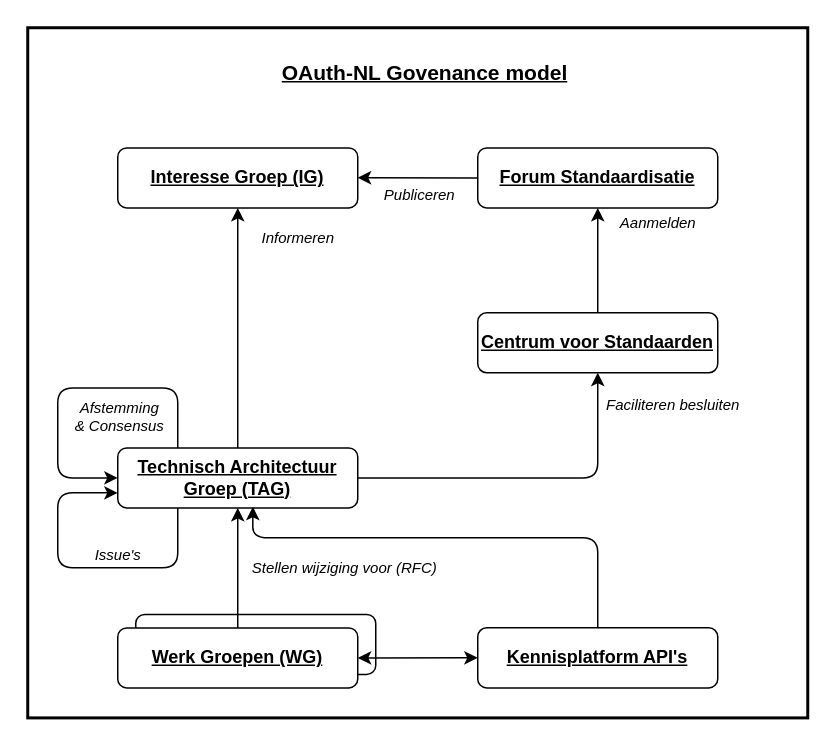
This is page "OAuth-NL Governance model" (1 of 2) of media/OAuth Governance.drawio from Logius-standaarden/OAuth-Beheermodel, a draw.io file, before an edit. Source tidied: cells renumbered, new cells numbered last; positions are measured from the earlier drawing's top-left corner, leaving out a move shared by most shapes. Both pictures are drawn from the tidied source at 150%, with x=0, y=0 at pixel (27, 27).
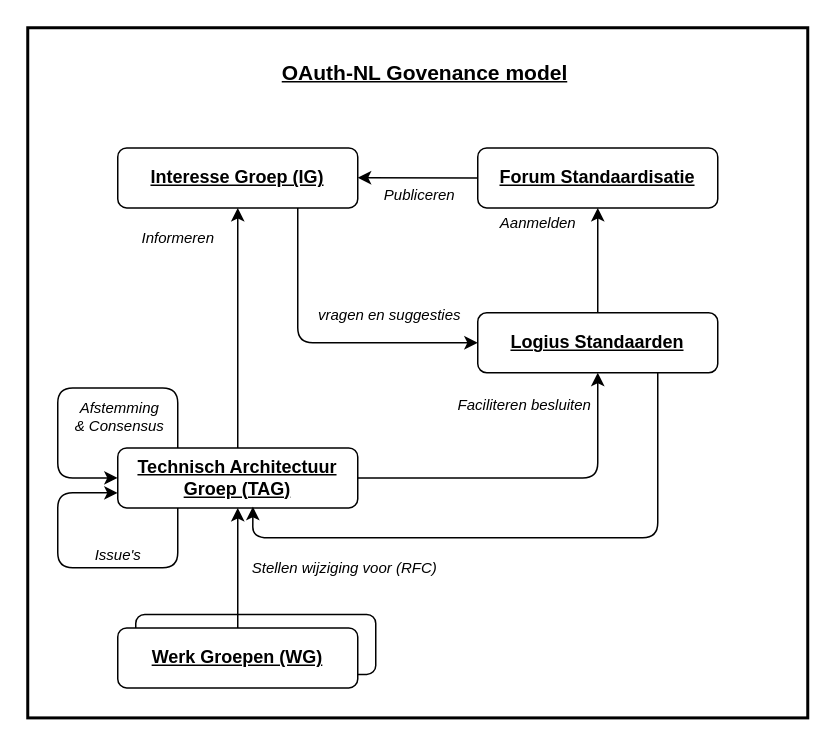
Above is the later version.

Commit message (it also covers changes not shown here):
document en model bijgewerkt op basis van feedback Logius collega's

Unchanged cells that the change refers to:
```xml
<mxCell id="4" value="Technisch Architectuur Groep (TAG)" style="rounded=1;whiteSpace=wrap;html=1;fontStyle=5;" parent="1" vertex="1">
  <mxGeometry x="60" y="280.1" width="160" height="40" as="geometry" />
</mxCell>
<mxCell id="6" value="Interesse Groep (IG)" style="rounded=1;whiteSpace=wrap;html=1;fontStyle=5;" parent="1" vertex="1">
  <mxGeometry x="60" y="80.1" width="160" height="40" as="geometry" />
</mxCell>
<mxCell id="7" value="Werk Groepen (WG)" style="rounded=1;whiteSpace=wrap;html=1;fontStyle=5;" parent="1" vertex="1">
  <mxGeometry x="60" y="400.1" width="160" height="40" as="geometry" />
</mxCell>
<mxCell id="14" style="endArrow=classic;html=1;entryX=0.5;entryY=1;entryDx=0;entryDy=0;exitX=1;exitY=0.5;exitDx=0;exitDy=0;" parent="1" edge="1" source="4" target="11">
  <mxGeometry relative="1" as="geometry">
    <Array as="points">
      <mxPoint x="380" y="300.1" />
    </Array>
  </mxGeometry>
</mxCell>
<mxCell id="16" value="Forum Standaardisatie" style="rounded=1;whiteSpace=wrap;html=1;fontStyle=5;" parent="1" vertex="1">
  <mxGeometry x="300" y="80.1" width="160" height="40" as="geometry" />
</mxCell>
```

Change to the diagram source:
```diff
@@
     <mxCell id="8" value="Informeren" style="endArrow=classic;html=1;entryX=0.5;entryY=1;entryDx=0;entryDy=0;fontSize=10;fontStyle=2;" parent="1" edge="1" source="4" target="6">
-      <mxGeometry x="0.75" y="-40" relative="1" as="geometry" />
+      <mxGeometry x="0.75" y="40" relative="1" as="geometry" />
     </mxCell>
@@
-    <mxCell id="11" value="Centrum voor Standaarden" style="rounded=1;whiteSpace=wrap;html=1;fontStyle=5;" parent="1" vertex="1">
+    <mxCell id="11" value="Logius Standaarden" style="rounded=1;whiteSpace=wrap;html=1;fontStyle=5;" parent="1" vertex="1">
       <mxGeometry x="300" y="190" width="160" height="40" as="geometry" />
     </mxCell>
@@
     <mxCell id="15" value="Faciliteren besluiten" style="text;html=1;align=center;verticalAlign=middle;labelBackgroundColor=#ffffff;fontStyle=2;fontSize=10;" parent="14" vertex="1">
       <mxGeometry x="-0.04" y="1" relative="1" as="geometry">
-        <mxPoint x="99.3" y="-49.1" as="offset" />
+        <mxPoint y="-49.1" as="offset" />
       </mxGeometry>
     </mxCell>
@@
     <mxCell id="17" value="Aanmelden" style="endArrow=classic;html=1;fontSize=10;entryX=0.5;entryY=1;entryDx=0;entryDy=0;fontStyle=2;" parent="1" edge="1" source="11" target="16">
-      <mxGeometry x="0.72" y="-40" relative="1" as="geometry" />
+      <mxGeometry x="0.72" y="40" relative="1" as="geometry" />
     </mxCell>
@@
-    <mxCell id="20" value="Kennisplatform API's" style="rounded=1;whiteSpace=wrap;html=1;fontSize=12;fontStyle=5;" parent="1" vertex="1">
-      <mxGeometry x="300" y="400" width="160" height="40.1" as="geometry" />
-    </mxCell>
-    <mxCell id="21" style="endArrow=classic;html=1;fontSize=12;entryX=0.563;entryY=0.98;entryDx=0;entryDy=0;exitX=0.5;exitY=0;exitDx=0;exitDy=0;entryPerimeter=0;" parent="1" edge="1" source="20" target="4">
+    <mxCell id="21" style="endArrow=classic;html=1;fontSize=12;entryX=0.563;entryY=0.98;entryDx=0;entryDy=0;exitX=0.75;exitY=1;exitDx=0;exitDy=0;entryPerimeter=0;" parent="1" edge="1" source="11" target="4">
       <mxGeometry relative="1" as="geometry">
         <Array as="points">
-          <mxPoint x="380" y="340" />
+          <mxPoint x="420" y="340" />
           <mxPoint x="150" y="340" />
         </Array>
       </mxGeometry>
     </mxCell>
-    <mxCell id="22" style="endArrow=classic;startArrow=classic;html=1;fontSize=12;exitX=1;exitY=0.5;exitDx=0;exitDy=0;" parent="1" edge="1" source="7" target="20">
-      <mxGeometry relative="1" as="geometry" />
-    </mxCell>
@@
+    <mxCell id="25" style="endArrow=classic;html=1;entryX=0;entryY=0.5;entryDx=0;entryDy=0;exitX=0.75;exitY=1;exitDx=0;exitDy=0;" parent="1" edge="1" source="6" target="11">
+      <mxGeometry relative="1" as="geometry">
+        <Array as="points">
+          <mxPoint x="180" y="210" />
+        </Array>
+      </mxGeometry>
+    </mxCell>
+    <mxCell id="26" value="vragen en suggesties" style="text;html=1;align=center;verticalAlign=middle;labelBackgroundColor=#ffffff;fontStyle=2;fontSize=10;" parent="25" vertex="1">
+      <mxGeometry x="-0.04" y="1" relative="1" as="geometry">
+        <mxPoint x="48.9" y="-19" as="offset" />
+      </mxGeometry>
+    </mxCell>
```
